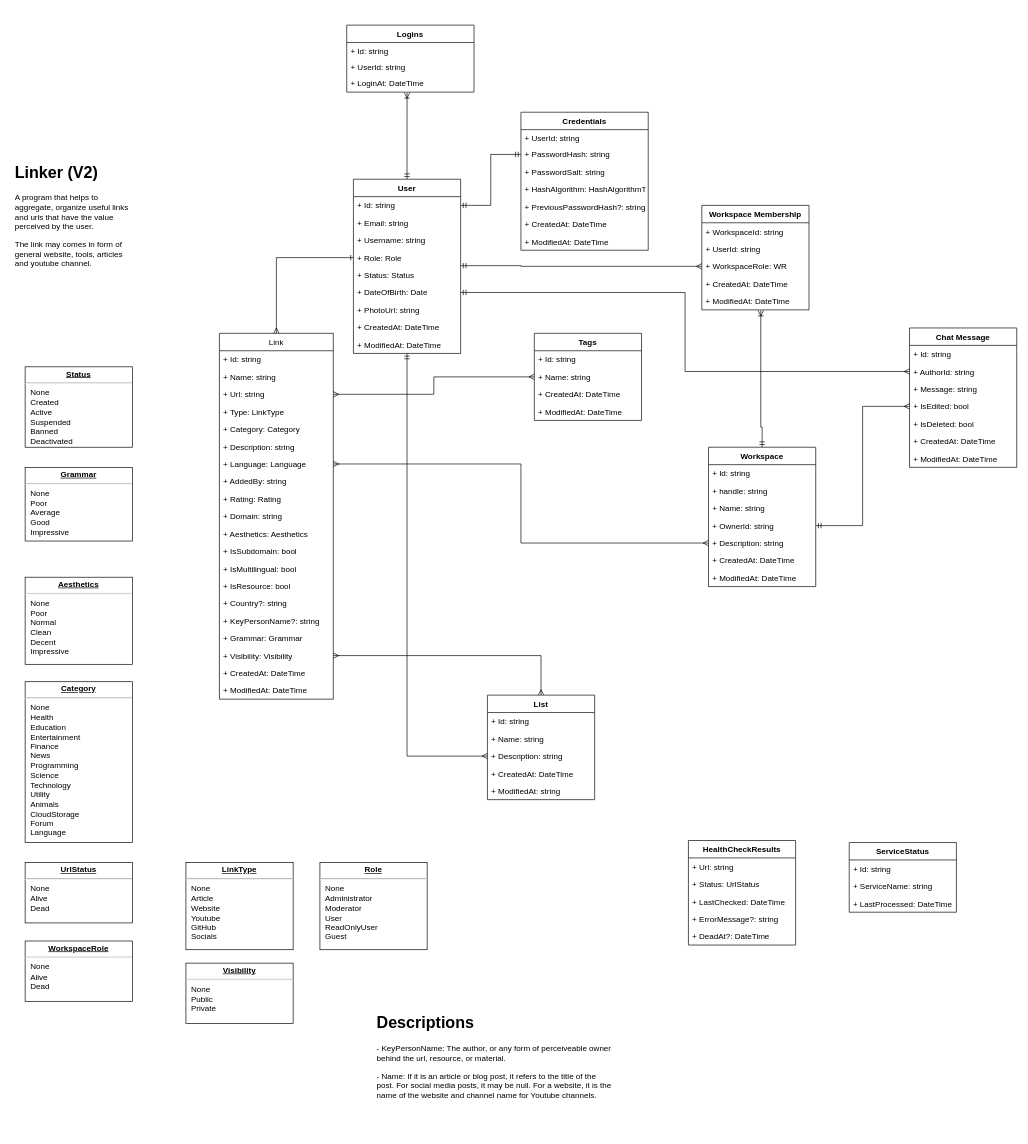
The draw.io diagram page "V2 Class Diagram" (5 of 6) of docs/Linker.drawio in data-miner00/Linker, before the edit. Source tidied: cells renumbered, new cells numbered last; positions are measured from the earlier drawing's top-left corner, leaving out a move shared by most shapes. Both pictures are drawn from the tidied source at 67%, with x=0, y=0 at pixel (11, 25).
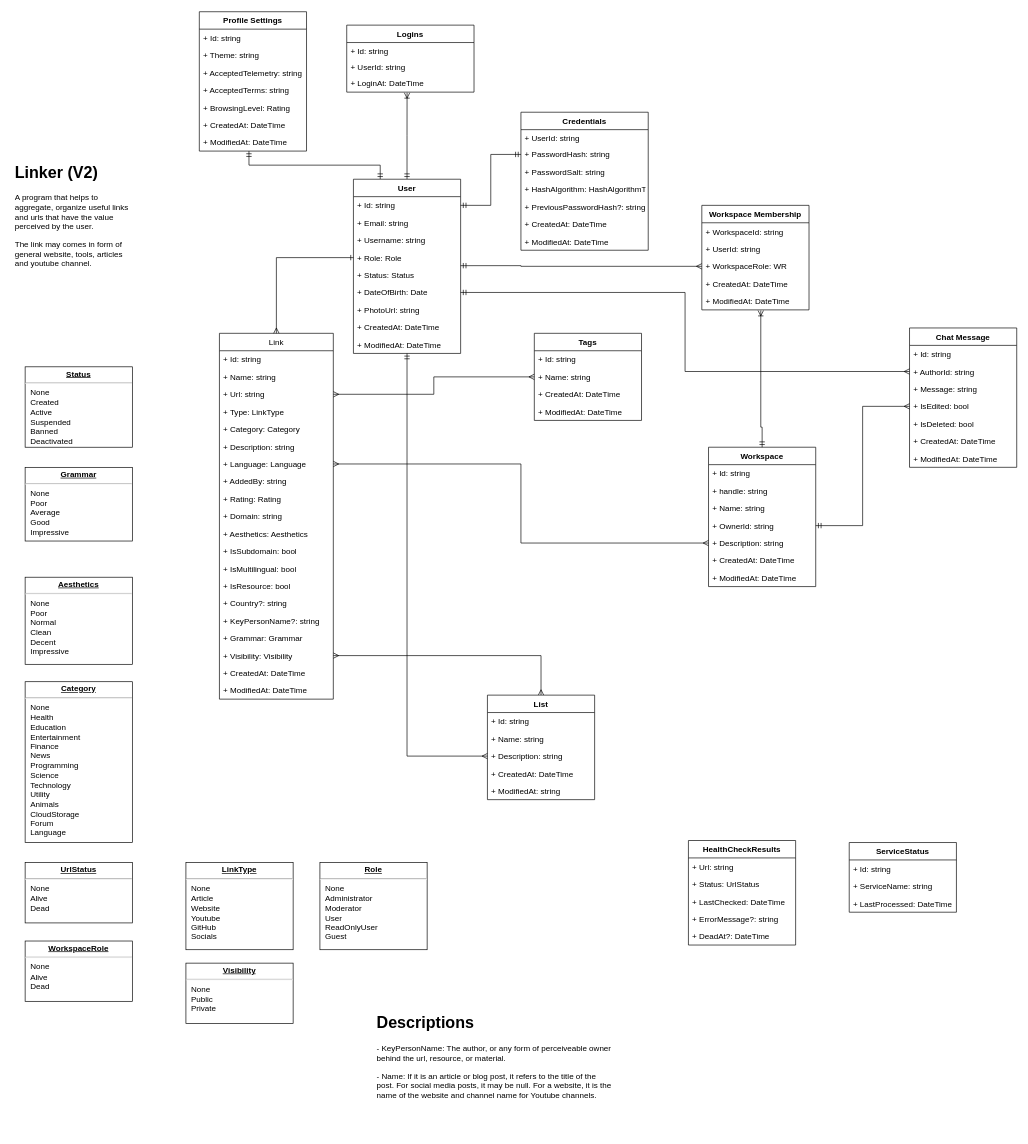
After the change.

Commit message (it also covers changes not shown here):
feat: Add profile setting model

Unchanged cells that the change refers to:
```xml
<mxCell id="29" value="User" style="swimlane;fontStyle=1;align=center;verticalAlign=top;horizontal=1;startSize=26;" parent="1" vertex="1">
  <mxGeometry x="510" y="230" width="160" height="260" as="geometry" />
</mxCell>
```

The edit, as a diff of the source:
```diff
@@
+    <mxCell id="110" style="edgeStyle=orthogonalEdgeStyle;rounded=0;jettySize=auto;html=1;entryX=0.463;entryY=1;entryDx=0;entryDy=0;entryPerimeter=0;endArrow=ERmandOne;endFill=0;startArrow=ERmandOne;startFill=0;" parent="1" edge="1" source="29" target="118">
+      <mxGeometry relative="1" as="geometry">
+        <Array as="points">
+          <mxPoint x="550" y="209" />
+          <mxPoint x="354" y="209" />
+        </Array>
+      </mxGeometry>
+    </mxCell>
@@
+    <mxCell id="111" value="Profile Settings" style="swimlane;fontStyle=1;align=center;verticalAlign=top;horizontal=1;startSize=26;" parent="1" vertex="1">
+      <mxGeometry x="280" y="-20" width="160" height="208" as="geometry" />
+    </mxCell>
+    <mxCell id="112" value="+ Id: string" style="text;strokeColor=none;fillColor=none;align=left;verticalAlign=top;spacingLeft=4;spacingRight=4;overflow=hidden;" parent="111" vertex="1">
+      <mxGeometry y="26" width="160" height="26" as="geometry" />
+    </mxCell>
+    <mxCell id="113" value="+ Theme: string" style="text;strokeColor=none;fillColor=none;align=left;verticalAlign=top;spacingLeft=4;spacingRight=4;overflow=hidden;" parent="111" vertex="1">
+      <mxGeometry y="52" width="160" height="26" as="geometry" />
+    </mxCell>
+    <mxCell id="114" value="+ AcceptedTelemetry: string" style="text;strokeColor=none;fillColor=none;align=left;verticalAlign=top;spacingLeft=4;spacingRight=4;overflow=hidden;" parent="111" vertex="1">
+      <mxGeometry y="78" width="160" height="26" as="geometry" />
+    </mxCell>
+    <mxCell id="115" value="+ AcceptedTerms: string" style="text;strokeColor=none;fillColor=none;align=left;verticalAlign=top;spacingLeft=4;spacingRight=4;overflow=hidden;" parent="111" vertex="1">
+      <mxGeometry y="104" width="160" height="26" as="geometry" />
+    </mxCell>
+    <mxCell id="116" value="+ BrowsingLevel: Rating" style="text;strokeColor=none;fillColor=none;align=left;verticalAlign=top;spacingLeft=4;spacingRight=4;overflow=hidden;" parent="111" vertex="1">
+      <mxGeometry y="130" width="160" height="26" as="geometry" />
+    </mxCell>
+    <mxCell id="117" value="+ CreatedAt: DateTime" style="text;strokeColor=none;fillColor=none;align=left;verticalAlign=top;spacingLeft=4;spacingRight=4;overflow=hidden;" parent="111" vertex="1">
+      <mxGeometry y="156" width="160" height="26" as="geometry" />
+    </mxCell>
+    <mxCell id="118" value="+ ModifiedAt: DateTime" style="text;strokeColor=none;fillColor=none;align=left;verticalAlign=top;spacingLeft=4;spacingRight=4;overflow=hidden;points=[[0,0.5],[1,0.5]];portConstraint=eastwest;" parent="111" vertex="1">
+      <mxGeometry y="182" width="160" height="26" as="geometry" />
+    </mxCell>
```
